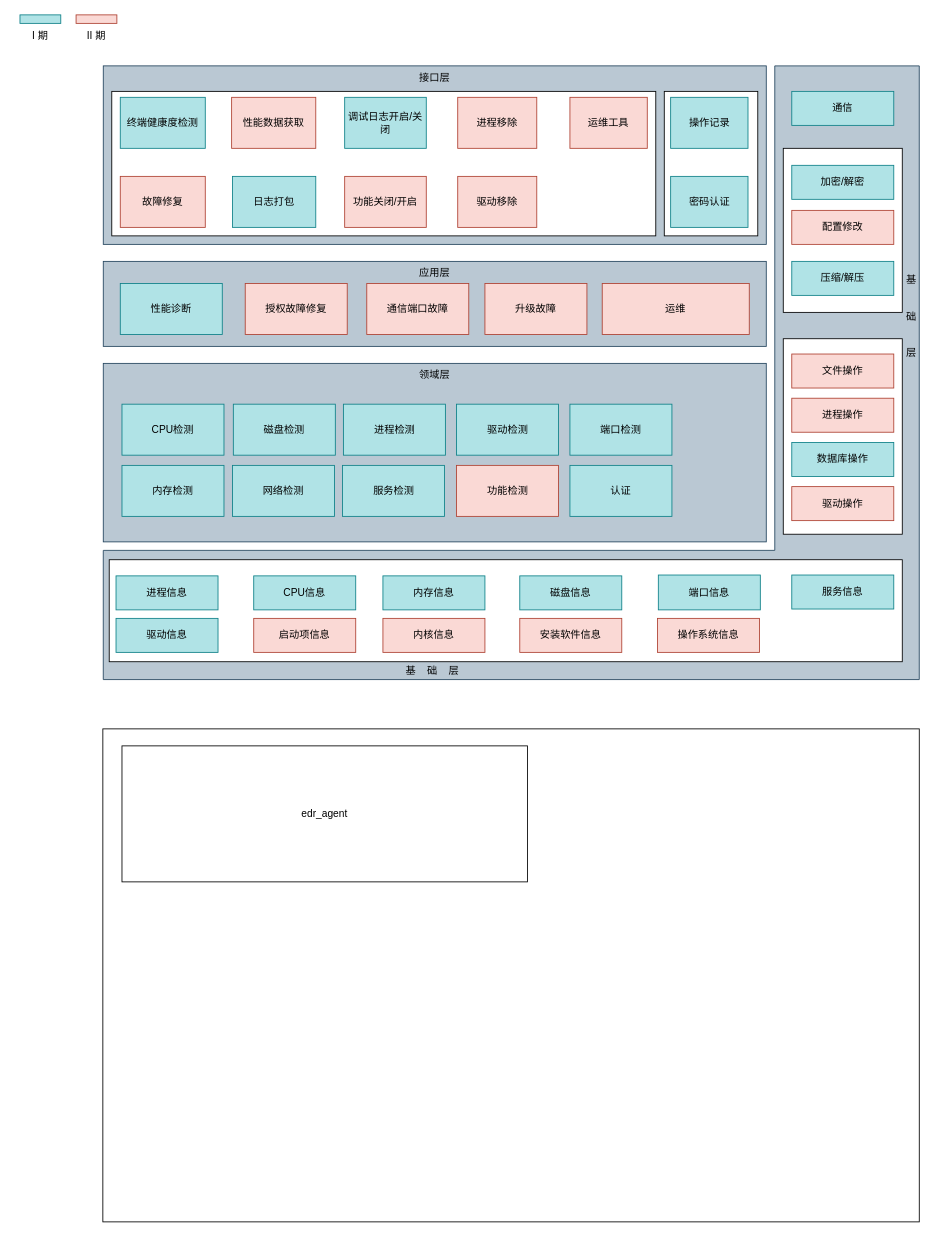
Before: 未命名绘图.drawio in KoterRomanov/UML, a draw.io diagram. Source tidied: cells renumbered, new cells numbered last; positions are measured from the earlier drawing's top-left corner, leaving out a move shared by most shapes. Both pictures are drawn from the tidied source at 85%, with x=0, y=0 at pixel (14, 14).
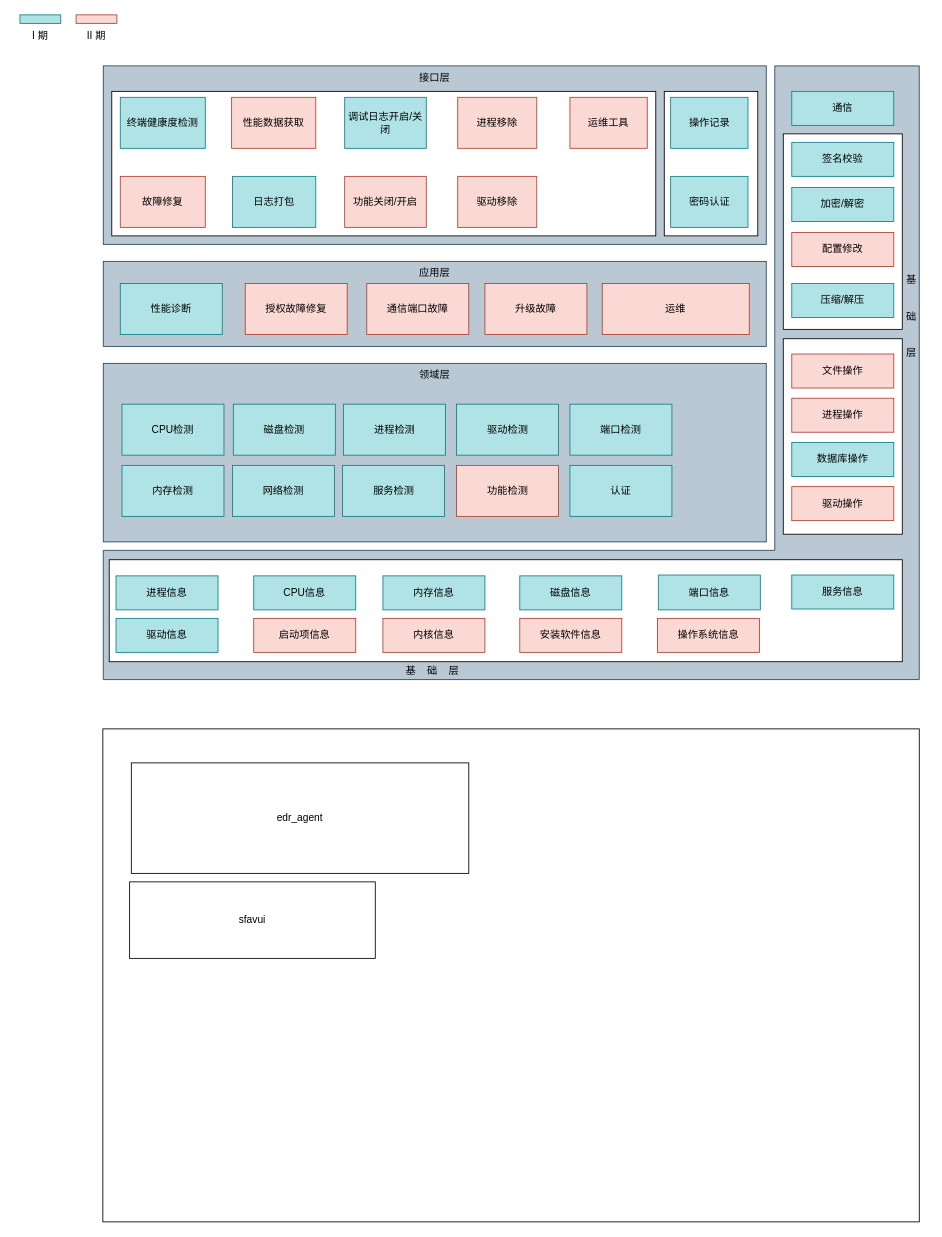
After the change.

Commit message:
更新未命名绘图.drawio

Change to the diagram source:
```diff
@@
     <mxCell id="18" style="rounded=0;whiteSpace=wrap;html=1;" parent="1" vertex="1">
-      <mxGeometry x="904" y="157" width="140" height="193" as="geometry" />
+      <mxGeometry x="904" y="140" width="140" height="230" as="geometry" />
     </mxCell>
@@
     <mxCell id="20" value="压缩/解压" style="rounded=0;whiteSpace=wrap;html=1;fillColor=#b0e3e6;strokeColor=#0e8088;" parent="1" vertex="1">
-      <mxGeometry x="914" y="290" width="120" height="40" as="geometry" />
+      <mxGeometry x="914" y="316" width="120" height="40" as="geometry" />
     </mxCell>
@@
     <mxCell id="24" value="配置修改" style="rounded=0;whiteSpace=wrap;html=1;fillColor=#fad9d5;strokeColor=#ae4132;" parent="1" vertex="1">
-      <mxGeometry x="914" y="230" width="120" height="40" as="geometry" />
+      <mxGeometry x="914" y="256" width="120" height="40" as="geometry" />
     </mxCell>
@@
     <mxCell id="27" value="加密/解密" style="rounded=0;whiteSpace=wrap;html=1;fillColor=#b0e3e6;strokeColor=#0e8088;" parent="1" vertex="1">
-      <mxGeometry x="914" y="177" width="120" height="40" as="geometry" />
+      <mxGeometry x="914" y="203" width="120" height="40" as="geometry" />
     </mxCell>
@@
     <mxCell id="63" value="edr_agent" style="rounded=0;whiteSpace=wrap;html=1;" parent="1" vertex="1">
-      <mxGeometry x="126" y="860" width="477" height="160" as="geometry" />
+      <mxGeometry x="137" y="880" width="397" height="130" as="geometry" />
     </mxCell>
+    <mxCell id="64" value="sfavui" style="rounded=0;whiteSpace=wrap;html=1;" parent="1" vertex="1">
+      <mxGeometry x="135" y="1020" width="289" height="90" as="geometry" />
+    </mxCell>
+    <mxCell id="65" value="签名校验" style="rounded=0;whiteSpace=wrap;html=1;fillColor=#b0e3e6;strokeColor=#0e8088;" parent="1" vertex="1">
+      <mxGeometry x="914" y="150" width="120" height="40" as="geometry" />
+    </mxCell>
```
